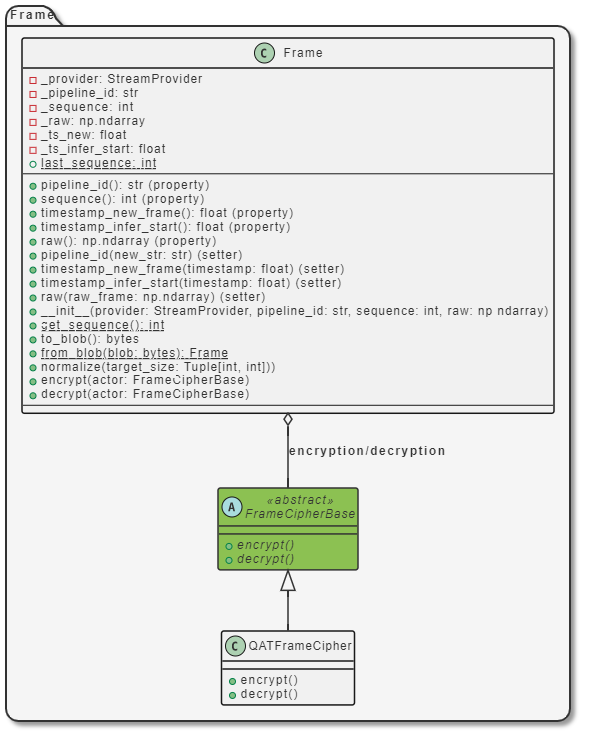
Above: docs/resources/images/class_uml/frame.png in intel/cloud-native-ai-pipeline (PlantUML), before the change. Its source is kept beside it as docs/resources/pumls/frame.puml. The source it was exported from:
```plantuml
@startuml Frame

!includeurl ./style.puml

package "Frame" {

    abstract class FrameCipherBase<<abstract>> {
        + {abstract} encrypt()
        + {abstract} decrypt()
    }

    class QATFrameCipher {
        + encrypt()
        + decrypt()
    }

    class Frame {
        - _provider: StreamProvider
        - _pipeline_id: str
        - _sequence: int
        - _raw: np.ndarray
        - _ts_new: float
        - _ts_infer_start: float
        + {static} last_sequence: int
        --
        + pipeline_id(): str (property)
        + sequence(): int (property)
        + timestamp_new_frame(): float (property)
        + timestamp_infer_start(): float (property)
        + raw(): np.ndarray (property)
        + pipeline_id(new_str: str) (setter)
        + timestamp_new_frame(timestamp: float) (setter)
        + timestamp_infer_start(timestamp: float) (setter)
        + raw(raw_frame: np.ndarray) (setter)
        + __init__(provider: StreamProvider, pipeline_id: str, sequence: int, raw: np.ndarray)
        + {static} get_sequence(): int
        + to_blob(): bytes
        + {static} from_blob(blob: bytes): Frame
        + normalize(target_size: Tuple[int, int]))
        + encrypt(actor: FrameCipherBase)
        + decrypt(actor: FrameCipherBase)
        --
    }

    FrameCipherBase <|-- QATFrameCipher
    Frame o-- FrameCipherBase: encryption/decryption
}

@enduml
```
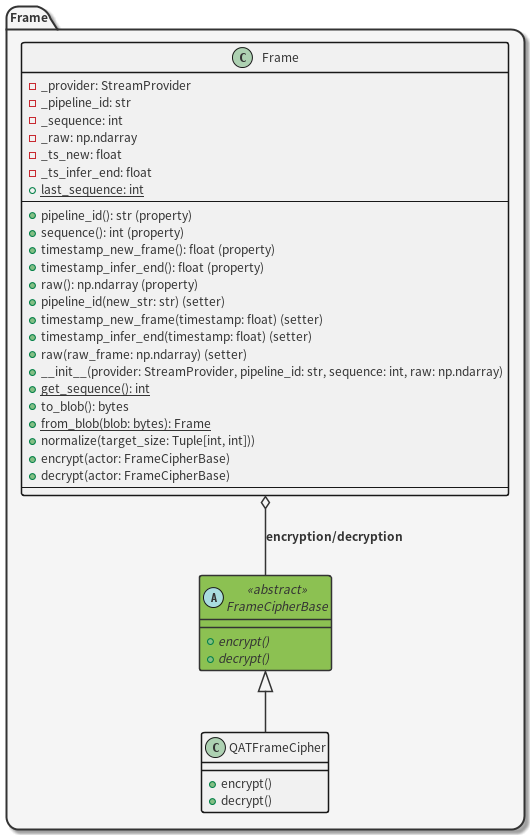
Later version of the same file.

What changed in the source:
```diff
@@ -20,17 +20,17 @@
         - _sequence: int
         - _raw: np.ndarray
         - _ts_new: float
-        - _ts_infer_start: float
+        - _ts_infer_end: float
         + {static} last_sequence: int
         --
         + pipeline_id(): str (property)
         + sequence(): int (property)
         + timestamp_new_frame(): float (property)
-        + timestamp_infer_start(): float (property)
+        + timestamp_infer_end(): float (property)
         + raw(): np.ndarray (property)
         + pipeline_id(new_str: str) (setter)
         + timestamp_new_frame(timestamp: float) (setter)
-        + timestamp_infer_start(timestamp: float) (setter)
+        + timestamp_infer_end(timestamp: float) (setter)
         + raw(raw_frame: np.ndarray) (setter)
         + __init__(provider: StreamProvider, pipeline_id: str, sequence: int, raw: np.ndarray)
         + {static} get_sequence(): int
```
